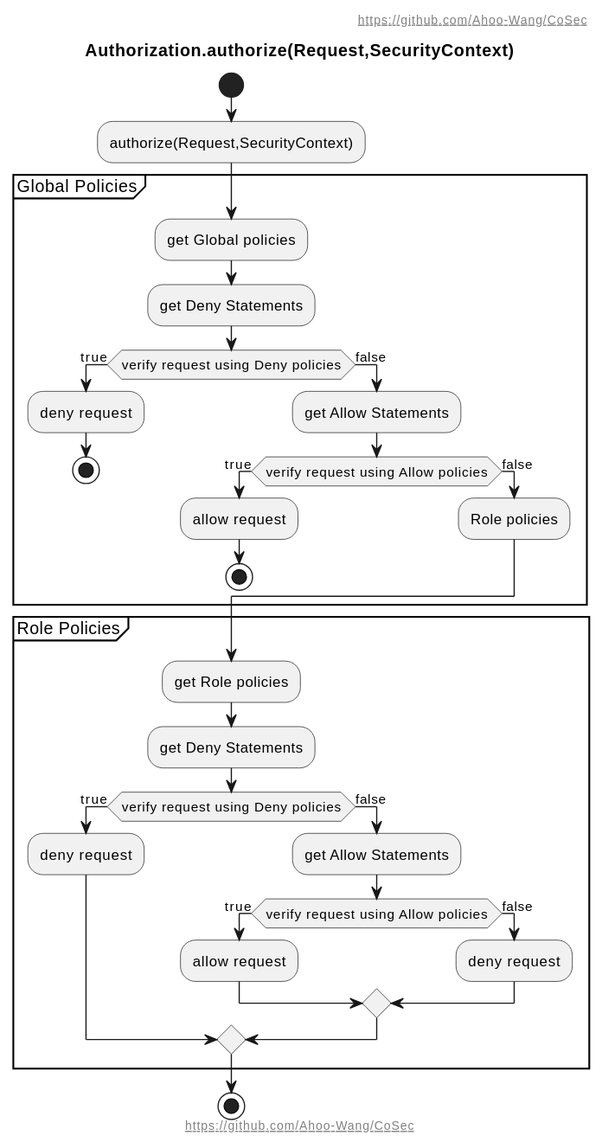
Above: document/design/assets/Authorization-Policy.svg in Ahoo-Wang/CoSec (PlantUML), before the change. Its diagram source:
```plantuml
@startuml
!include layout.puml
title Authorization.authorize(Request,SecurityContext)
start
:authorize(Request,SecurityContext);
group Global Policies
:get Global policies;
:get Deny Statements;
if (verify request using Deny policies) is (true) then
  :deny request;
  stop
else (false)
  :get Allow Statements;
  if (verify request using Allow policies) is (true) then
    :allow request;
    stop
  else (false)
  :Role policies;
  endif
endif
end group

group Role Policies
:get Role policies;
:get Deny Statements;
if (verify request using Deny policies) is (true) then
  :deny request;
else (false)
  :get Allow Statements;
  if (verify request using Allow policies) is (true) then
    :allow request;
  else (false)
    :deny request;
  endif
endif
end group
stop
@enduml
```
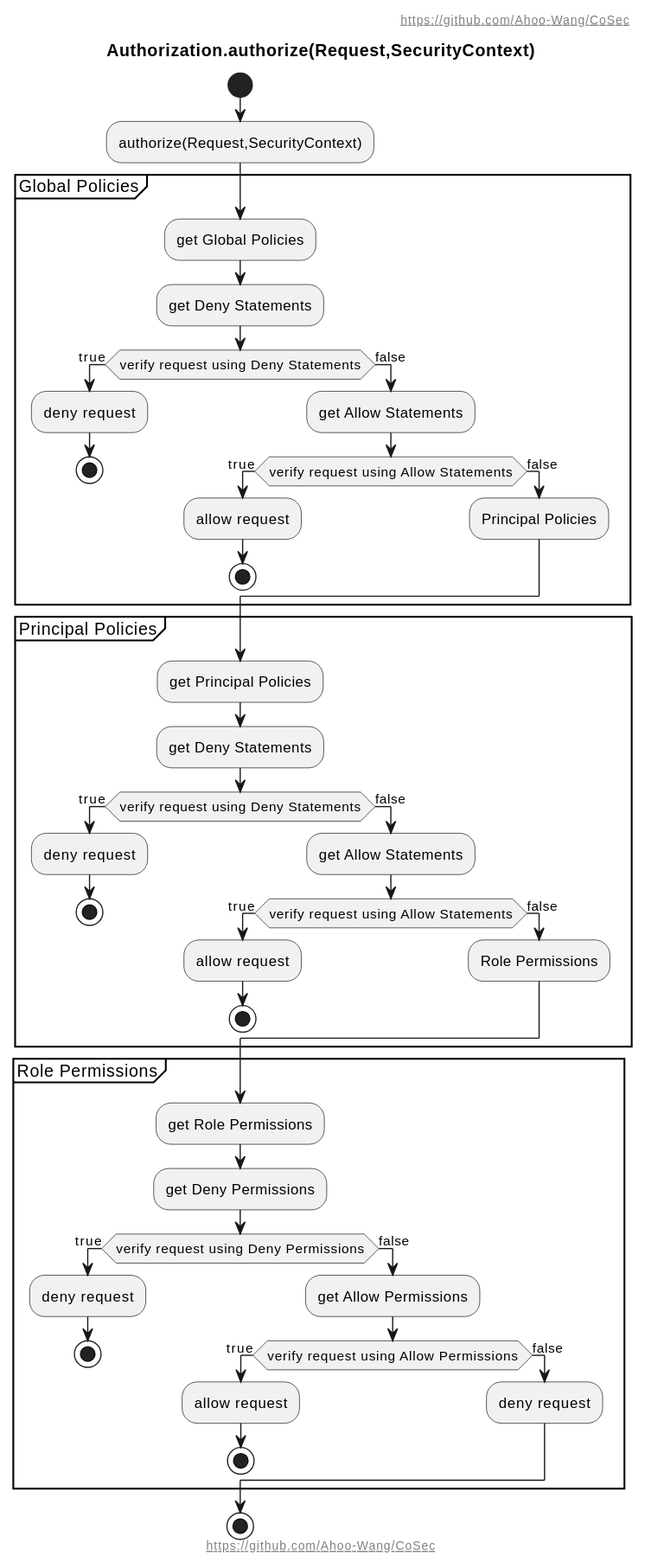
Above is the later version.

Diff of the diagram source:
```diff
@@ -4,31 +4,50 @@
 start
 :authorize(Request,SecurityContext);
 group Global Policies
-:get Global policies;
+:get Global Policies;
 :get Deny Statements;
-if (verify request using Deny policies) is (true) then
+if (verify request using Deny Statements) is (true) then
   :deny request;
   stop
 else (false)
   :get Allow Statements;
-  if (verify request using Allow policies) is (true) then
+  if (verify request using Allow Statements) is (true) then
     :allow request;
     stop
   else (false)
-  :Role policies;
+  :Principal Policies;
   endif
 endif
 end group
 
-group Role Policies
-:get Role policies;
+group Principal Policies
+:get Principal Policies;
 :get Deny Statements;
-if (verify request using Deny policies) is (true) then
+if (verify request using Deny Statements) is (true) then
   :deny request;
+  stop
 else (false)
   :get Allow Statements;
-  if (verify request using Allow policies) is (true) then
+  if (verify request using Allow Statements) is (true) then
     :allow request;
+    stop
+  else (false)
+  :Role Permissions;
+  endif
+endif
+end group
+
+group Role Permissions
+:get Role Permissions;
+:get Deny Permissions;
+if (verify request using Deny Permissions) is (true) then
+  :deny request;
+  stop
+else (false)
+  :get Allow Permissions;
+  if (verify request using Allow Permissions) is (true) then
+    :allow request;
+    stop
   else (false)
     :deny request;
   endif
```
